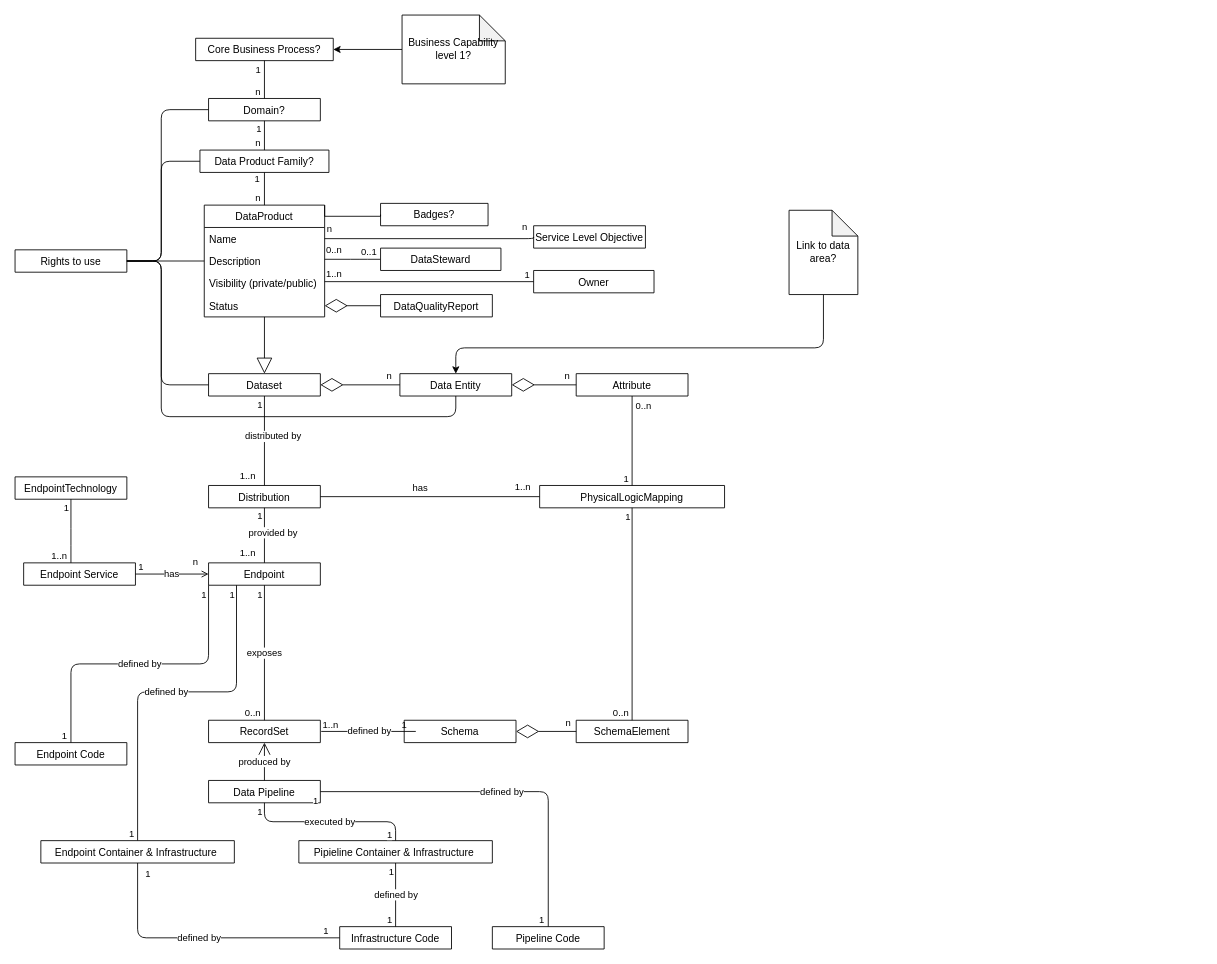
Before: page "Structure" (1 of 4) of docs/dataproduct_metamodel.drawio in equinor/data-engineering, a draw.io diagram. Source tidied: cells renumbered, new cells numbered last; positions are measured from the earlier drawing's top-left corner, leaving out a move shared by most shapes. Both pictures are drawn from the tidied source at 86%, with x=0, y=0 at pixel (15, 15).
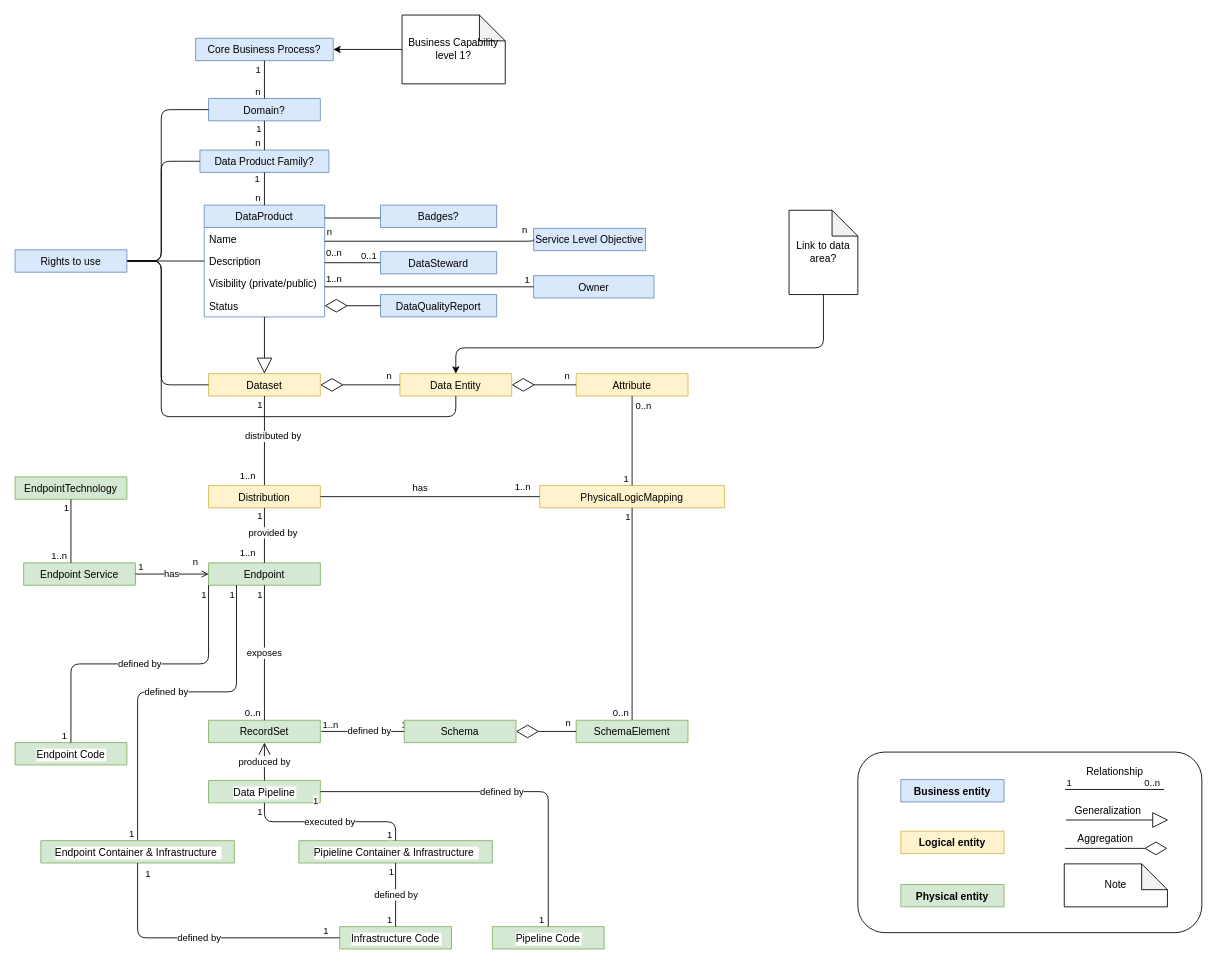
After the change.

Commit message:
Added color coding and legend to metamodel diagram

Change to the diagram source:
```diff
@@
-    <mxCell id="2" value="DataProduct" style="swimlane;fontStyle=0;horizontal=1;startSize=26;fillColor=none;" parent="1" vertex="1">
+    <mxCell id="2" value="DataProduct" style="swimlane;fontStyle=0;horizontal=1;startSize=26;fillColor=#dae8fc;strokeColor=#6c8ebf;" parent="1" vertex="1">
       <mxGeometry x="220" y="221" width="140" height="130" as="geometry" />
     </mxCell>
@@
-    <mxCell id="7" value="Data Pipeline" style="swimlane;fontStyle=0;horizontal=1;startSize=26;labelBackgroundColor=#ffffff;" parent="1" vertex="1" collapsed="1">
+    <mxCell id="7" value="Data Pipeline" style="swimlane;fontStyle=0;horizontal=1;startSize=26;labelBackgroundColor=#ffffff;fillColor=#d5e8d4;strokeColor=#82b366;" parent="1" vertex="1" collapsed="1">
       <mxGeometry x="225" y="890" width="130" height="26" as="geometry" />
     </mxCell>
-    <mxCell id="8" value="Domain?" style="swimlane;fontStyle=0;horizontal=1;startSize=26;" parent="1" vertex="1" collapsed="1">
+    <mxCell id="8" value="Domain?" style="swimlane;fontStyle=0;horizontal=1;startSize=26;fillColor=#dae8fc;strokeColor=#6c8ebf;" parent="1" vertex="1" collapsed="1">
       <mxGeometry x="225" y="97" width="130" height="26" as="geometry" />
     </mxCell>
-    <mxCell id="9" value="Data Product Family?" style="swimlane;fontStyle=0;horizontal=1;startSize=26;" parent="1" vertex="1" collapsed="1">
+    <mxCell id="9" value="Data Product Family?" style="swimlane;fontStyle=0;horizontal=1;startSize=26;fillColor=#dae8fc;strokeColor=#6c8ebf;" parent="1" vertex="1" collapsed="1">
       <mxGeometry x="215" y="157" width="150" height="26" as="geometry" />
     </mxCell>
@@
-    <mxCell id="16" value="Service Level Objective" style="swimlane;fontStyle=0;horizontal=1;startSize=26;fillColor=none;" parent="1" vertex="1" collapsed="1">
-      <mxGeometry x="603" y="245" width="130" height="26" as="geometry" />
+    <mxCell id="16" value="Service Level Objective" style="swimlane;fontStyle=0;horizontal=1;startSize=26;fillColor=#dae8fc;strokeColor=#6c8ebf;" parent="1" vertex="1" collapsed="1">
+      <mxGeometry x="603" y="248" width="130" height="26" as="geometry" />
     </mxCell>
-    <mxCell id="17" value="Endpoint" style="swimlane;fontStyle=0;horizontal=1;startSize=26;fillColor=none;" parent="1" vertex="1" collapsed="1">
+    <mxCell id="17" value="Endpoint" style="swimlane;fontStyle=0;horizontal=1;startSize=26;fillColor=#d5e8d4;strokeColor=#82b366;" parent="1" vertex="1" collapsed="1">
       <mxGeometry x="225" y="637" width="130" height="26" as="geometry" />
     </mxCell>
-    <mxCell id="18" value="Dataset" style="swimlane;fontStyle=0;horizontal=1;startSize=26;fillColor=none;" parent="1" vertex="1" collapsed="1">
+    <mxCell id="18" value="Dataset" style="swimlane;fontStyle=0;horizontal=1;startSize=26;fillColor=#fff2cc;strokeColor=#d6b656;" parent="1" vertex="1" collapsed="1">
       <mxGeometry x="225" y="417" width="130" height="26" as="geometry" />
     </mxCell>
-    <mxCell id="19" value="Data Entity" style="swimlane;fontStyle=0;horizontal=1;startSize=26;" parent="1" vertex="1" collapsed="1">
+    <mxCell id="19" value="Data Entity" style="swimlane;fontStyle=0;horizontal=1;startSize=26;fillColor=#fff2cc;strokeColor=#d6b656;" parent="1" vertex="1" collapsed="1">
       <mxGeometry x="447.5" y="417" width="130" height="26" as="geometry" />
     </mxCell>
-    <mxCell id="20" value="DataQualityReport" style="swimlane;fontStyle=0;horizontal=1;startSize=26;" parent="1" vertex="1" collapsed="1">
-      <mxGeometry x="425" y="325" width="130" height="26" as="geometry" />
+    <mxCell id="20" value="DataQualityReport" style="swimlane;fontStyle=0;horizontal=1;startSize=26;fillColor=#dae8fc;strokeColor=#6c8ebf;" parent="1" vertex="1" collapsed="1">
+      <mxGeometry x="425" y="325" width="135" height="26" as="geometry" />
     </mxCell>
     <mxCell id="21" style="endArrow=none;html=1;edgeStyle=orthogonalEdgeStyle;" parent="1" edge="1">
       <mxGeometry relative="1" as="geometry">
-        <mxPoint x="603" y="258" as="sourcePoint" />
-        <mxPoint x="360" y="260" as="targetPoint" />
+        <mxPoint x="603" y="261" as="sourcePoint" />
+        <mxPoint x="360" y="263" as="targetPoint" />
         <Array as="points">
-          <mxPoint x="603" y="260" />
+          <mxPoint x="603" y="263" />
         </Array>
       </mxGeometry>
     </mxCell>
@@
-    <mxCell id="24" value="Pipeline Code" style="swimlane;fontStyle=0;horizontal=1;startSize=26;labelBackgroundColor=#ffffff;" parent="1" vertex="1" collapsed="1">
+    <mxCell id="24" value="Pipeline Code" style="swimlane;fontStyle=0;horizontal=1;startSize=26;labelBackgroundColor=#ffffff;fillColor=#d5e8d4;strokeColor=#82b366;" parent="1" vertex="1" collapsed="1">
       <mxGeometry x="555" y="1060" width="130" height="26" as="geometry" />
     </mxCell>
-    <mxCell id="25" value="Core Business Process?" style="swimlane;fontStyle=0;horizontal=1;startSize=26;" parent="1" vertex="1" collapsed="1">
+    <mxCell id="25" value="Core Business Process?" style="swimlane;fontStyle=0;horizontal=1;startSize=26;fillColor=#dae8fc;strokeColor=#6c8ebf;" parent="1" vertex="1" collapsed="1">
       <mxGeometry x="210" y="27" width="160" height="26" as="geometry" />
     </mxCell>
@@
-    <mxCell id="29" style="endArrow=none;html=1;edgeStyle=orthogonalEdgeStyle;" parent="1" edge="1" source="2" target="32">
+    <mxCell id="29" style="endArrow=none;html=1;edgeStyle=orthogonalEdgeStyle;" parent="1" edge="1" target="32">
       <mxGeometry relative="1" as="geometry">
+        <mxPoint x="360" y="288" as="sourcePoint" />
         <Array as="points">
-          <mxPoint x="400" y="284" />
-          <mxPoint x="400" y="284" />
+          <mxPoint x="400" y="288" />
+          <mxPoint x="400" y="288" />
         </Array>
       </mxGeometry>
     </mxCell>
@@
-    <mxCell id="32" value="DataSteward" style="swimlane;fontStyle=0;horizontal=1;startSize=26;" parent="1" vertex="1" collapsed="1">
-      <mxGeometry x="425" y="271" width="140" height="26" as="geometry" />
+    <mxCell id="32" value="DataSteward" style="swimlane;fontStyle=0;horizontal=1;startSize=26;fillColor=#dae8fc;strokeColor=#6c8ebf;" parent="1" vertex="1" collapsed="1">
+      <mxGeometry x="425" y="275" width="135" height="26" as="geometry" />
     </mxCell>
-    <mxCell id="33" value="Owner" style="swimlane;fontStyle=0;horizontal=1;startSize=26;" parent="1" vertex="1" collapsed="1">
-      <mxGeometry x="603" y="297" width="140" height="26" as="geometry" />
+    <mxCell id="33" value="Owner" style="swimlane;fontStyle=0;horizontal=1;startSize=26;fillColor=#dae8fc;strokeColor=#6c8ebf;" parent="1" vertex="1" collapsed="1">
+      <mxGeometry x="603" y="303" width="140" height="26" as="geometry" />
     </mxCell>
     <mxCell id="34" style="endArrow=none;html=1;edgeStyle=orthogonalEdgeStyle;" parent="1" edge="1" target="33">
       <mxGeometry relative="1" as="geometry">
-        <mxPoint x="360" y="310" as="sourcePoint" />
+        <mxPoint x="360" y="316" as="sourcePoint" />
         <Array as="points">
-          <mxPoint x="360" y="310" />
+          <mxPoint x="360" y="316" />
         </Array>
       </mxGeometry>
     </mxCell>
@@
-    <mxCell id="40" value="Endpoint Service" style="swimlane;fontStyle=0;horizontal=1;startSize=26;fillColor=none;" parent="1" vertex="1" collapsed="1">
+    <mxCell id="40" value="Endpoint Service" style="swimlane;fontStyle=0;horizontal=1;startSize=26;fillColor=#d5e8d4;strokeColor=#82b366;" parent="1" vertex="1" collapsed="1">
       <mxGeometry x="10" y="637" width="130" height="26" as="geometry" />
     </mxCell>
@@
-    <mxCell id="45" value="RecordSet" style="swimlane;fontStyle=0;horizontal=1;startSize=26;fillColor=none;" parent="1" vertex="1" collapsed="1">
+    <mxCell id="45" value="RecordSet" style="swimlane;fontStyle=0;horizontal=1;startSize=26;fillColor=#d5e8d4;strokeColor=#82b366;" parent="1" vertex="1" collapsed="1">
       <mxGeometry x="225" y="820" width="130" height="26" as="geometry" />
     </mxCell>
@@
-    <mxCell id="53" value="Schema" style="swimlane;fontStyle=0;horizontal=1;startSize=26;fillColor=none;" parent="1" vertex="1" collapsed="1">
+    <mxCell id="53" value="Schema" style="swimlane;fontStyle=0;horizontal=1;startSize=26;fillColor=#d5e8d4;strokeColor=#82b366;" parent="1" vertex="1" collapsed="1">
       <mxGeometry x="452.5" y="820" width="130" height="26" as="geometry" />
     </mxCell>
-    <mxCell id="54" value="Attribute" style="swimlane;fontStyle=0;horizontal=1;startSize=26;" parent="1" vertex="1" collapsed="1">
+    <mxCell id="54" value="Attribute" style="swimlane;fontStyle=0;horizontal=1;startSize=26;fillColor=#fff2cc;strokeColor=#d6b656;" parent="1" vertex="1" collapsed="1">
       <mxGeometry x="652.5" y="417" width="130" height="26" as="geometry" />
     </mxCell>
@@
-    <mxCell id="61" value="Endpoint Code" style="swimlane;fontStyle=0;horizontal=1;startSize=26;labelBackgroundColor=#ffffff;" parent="1" vertex="1" collapsed="1">
+    <mxCell id="61" value="Endpoint Code" style="swimlane;fontStyle=0;horizontal=1;startSize=26;labelBackgroundColor=#ffffff;fillColor=#d5e8d4;strokeColor=#82b366;" parent="1" vertex="1" collapsed="1">
       <mxGeometry y="846" width="130" height="26" as="geometry" />
     </mxCell>
@@
-    <mxCell id="65" value="EndpointTechnology" style="swimlane;fontStyle=0;horizontal=1;startSize=26;fillColor=none;" parent="1" vertex="1" collapsed="1">
+    <mxCell id="65" value="EndpointTechnology" style="swimlane;fontStyle=0;horizontal=1;startSize=26;fillColor=#d5e8d4;strokeColor=#82b366;" parent="1" vertex="1" collapsed="1">
       <mxGeometry y="537" width="130" height="26" as="geometry" />
     </mxCell>
@@
-    <mxCell id="69" value="Pipieline Container &amp; Infrastructure " style="swimlane;fontStyle=0;horizontal=1;startSize=26;labelBackgroundColor=#ffffff;" parent="1" vertex="1" collapsed="1">
+    <mxCell id="69" value="Pipieline Container &amp; Infrastructure " style="swimlane;fontStyle=0;horizontal=1;startSize=26;labelBackgroundColor=#ffffff;fillColor=#d5e8d4;strokeColor=#82b366;" parent="1" vertex="1" collapsed="1">
       <mxGeometry x="330" y="960" width="225" height="26" as="geometry" />
     </mxCell>
@@
-    <mxCell id="73" value="Infrastructure Code" style="swimlane;fontStyle=0;horizontal=1;startSize=26;labelBackgroundColor=#ffffff;" parent="1" vertex="1" collapsed="1">
+    <mxCell id="73" value="Infrastructure Code" style="swimlane;fontStyle=0;horizontal=1;startSize=26;labelBackgroundColor=#ffffff;fillColor=#d5e8d4;strokeColor=#82b366;" parent="1" vertex="1" collapsed="1">
       <mxGeometry x="377.5" y="1060" width="130" height="26" as="geometry" />
     </mxCell>
@@
-    <mxCell id="81" value="Distribution" style="swimlane;fontStyle=0;horizontal=1;startSize=26;fillColor=none;" parent="1" vertex="1" collapsed="1">
+    <mxCell id="81" value="Distribution" style="swimlane;fontStyle=0;horizontal=1;startSize=26;fillColor=#fff2cc;strokeColor=#d6b656;" parent="1" vertex="1" collapsed="1">
       <mxGeometry x="225" y="547" width="130" height="26" as="geometry" />
     </mxCell>
@@
-    <mxCell id="85" value="PhysicalLogicMapping" style="swimlane;fontStyle=0;horizontal=1;startSize=26;fillColor=none;" parent="1" vertex="1" collapsed="1">
+    <mxCell id="85" value="PhysicalLogicMapping" style="swimlane;fontStyle=0;horizontal=1;startSize=26;fillColor=#fff2cc;strokeColor=#d6b656;" parent="1" vertex="1" collapsed="1">
       <mxGeometry x="610" y="547" width="215" height="26" as="geometry" />
     </mxCell>
@@
-    <mxCell id="89" value="SchemaElement" style="swimlane;fontStyle=0;horizontal=1;startSize=26;fillColor=none;" parent="1" vertex="1" collapsed="1">
+    <mxCell id="89" value="SchemaElement" style="swimlane;fontStyle=0;horizontal=1;startSize=26;fillColor=#d5e8d4;strokeColor=#82b366;" parent="1" vertex="1" collapsed="1">
       <mxGeometry x="652.5" y="820" width="130" height="26" as="geometry" />
     </mxCell>
@@
-    <mxCell id="96" value="Endpoint Container &amp; Infrastructure " style="swimlane;fontStyle=0;horizontal=1;startSize=26;labelBackgroundColor=#ffffff;" parent="1" vertex="1" collapsed="1">
+    <mxCell id="96" value="Endpoint Container &amp; Infrastructure " style="swimlane;fontStyle=0;horizontal=1;startSize=26;labelBackgroundColor=#ffffff;fillColor=#d5e8d4;strokeColor=#82b366;" parent="1" vertex="1" collapsed="1">
       <mxGeometry x="30" y="960" width="225" height="26" as="geometry" />
     </mxCell>
@@
-    <mxCell id="105" style="edgeStyle=orthogonalEdgeStyle;rounded=0;jettySize=auto;html=1;entryX=1;entryY=0;entryDx=0;entryDy=0;endArrow=none;endFill=0;exitX=0;exitY=0.5;exitDx=0;exitDy=0;" parent="1" edge="1" source="112" target="2">
+    <mxCell id="105" style="edgeStyle=orthogonalEdgeStyle;rounded=0;jettySize=auto;html=1;endArrow=none;endFill=0;exitX=0;exitY=0.5;exitDx=0;exitDy=0;" parent="1" edge="1" source="112">
       <mxGeometry relative="1" as="geometry">
+        <mxPoint x="360" y="236" as="targetPoint" />
         <Array as="points">
-          <mxPoint x="425" y="234" />
-          <mxPoint x="360" y="234" />
+          <mxPoint x="425" y="236" />
+          <mxPoint x="360" y="236" />
         </Array>
       </mxGeometry>
     </mxCell>
@@
-    <mxCell id="111" value="Rights to use" style="swimlane;fontStyle=0;horizontal=1;startSize=26;fillColor=none;" parent="1" vertex="1" collapsed="1">
+    <mxCell id="111" value="Rights to use" style="swimlane;fontStyle=0;horizontal=1;startSize=26;fillColor=#dae8fc;strokeColor=#6c8ebf;" parent="1" vertex="1" collapsed="1">
       <mxGeometry y="273" width="130" height="26" as="geometry" />
     </mxCell>
-    <mxCell id="112" value="Badges?" style="swimlane;fontStyle=0;horizontal=1;startSize=26;fillColor=none;" parent="1" vertex="1" collapsed="1">
-      <mxGeometry x="425" y="219" width="125" height="26" as="geometry" />
+    <mxCell id="112" value="Badges?" style="swimlane;fontStyle=0;horizontal=1;startSize=26;fillColor=#dae8fc;strokeColor=#6c8ebf;" parent="1" vertex="1" collapsed="1">
+      <mxGeometry x="425" y="221" width="135" height="26" as="geometry" />
     </mxCell>
+    <mxCell id="113" style="rounded=1;whiteSpace=wrap;html=1;" parent="1" vertex="1">
+      <mxGeometry x="980" y="857" width="400" height="210" as="geometry" />
+    </mxCell>
+    <mxCell id="114" value="Note" style="shape=note;whiteSpace=wrap;html=1;backgroundOutline=1;darkOpacity=0.05;" parent="1" vertex="1">
+      <mxGeometry x="1220" y="987" width="120" height="50" as="geometry" />
+    </mxCell>
+    <mxCell id="115" value="Business entity" style="swimlane;fontStyle=1;align=center;verticalAlign=top;horizontal=1;startSize=26;fillColor=#dae8fc;strokeColor=#6c8ebf;" parent="1" vertex="1" collapsed="1">
+      <mxGeometry x="1030" y="889" width="120" height="26" as="geometry" />
+    </mxCell>
+    <mxCell id="116" value="Logical entity" style="swimlane;fontStyle=1;align=center;verticalAlign=top;horizontal=1;startSize=26;fillColor=#fff2cc;strokeColor=#d6b656;" parent="1" vertex="1" collapsed="1">
+      <mxGeometry x="1030" y="949" width="120" height="26" as="geometry" />
+    </mxCell>
+    <mxCell id="117" value="Physical entity" style="swimlane;fontStyle=1;align=center;verticalAlign=top;horizontal=1;startSize=26;fillColor=#d5e8d4;strokeColor=#82b366;" parent="1" vertex="1" collapsed="1">
+      <mxGeometry x="1030" y="1011" width="120" height="26" as="geometry" />
+    </mxCell>
+    <mxCell id="118" style="group;" parent="1" vertex="1">
+      <mxGeometry x="1221" y="916" width="120" height="20" as="geometry" />
+    </mxCell>
+    <mxCell id="119" style="endArrow=block;endSize=16;endFill=0;html=1;" parent="118" edge="1">
+      <mxGeometry relative="1" as="geometry">
+        <mxPoint x="1" y="20" as="sourcePoint" />
+        <mxPoint x="120" y="20" as="targetPoint" />
+      </mxGeometry>
+    </mxCell>
+    <mxCell id="120" value="Generalization" style="text;html=1;strokeColor=none;fillColor=none;align=center;verticalAlign=middle;whiteSpace=wrap;rounded=0;" parent="118" vertex="1">
+      <mxGeometry width="100" height="20" as="geometry" />
+    </mxCell>
+    <mxCell id="121" style="group;" parent="1" vertex="1">
+      <mxGeometry x="1221" y="870" width="115" height="30.5" as="geometry" />
+    </mxCell>
+    <mxCell id="122" style="endArrow=none;html=1;edgeStyle=orthogonalEdgeStyle;endFill=0;exitX=0.5;exitY=1;exitDx=0;exitDy=0;" parent="121" edge="1">
+      <mxGeometry relative="1" as="geometry">
+        <mxPoint y="30.5" as="sourcePoint" />
+        <mxPoint x="115" y="30.5" as="targetPoint" />
+      </mxGeometry>
+    </mxCell>
+    <mxCell id="123" value="1" style="edgeLabel;html=1;align=left;verticalAlign=bottom;" parent="122" vertex="1">
+      <mxGeometry x="-1" relative="1" as="geometry" />
+    </mxCell>
+    <mxCell id="124" value="0..n" style="edgeLabel;html=1;align=right;verticalAlign=bottom;" parent="122" vertex="1">
+      <mxGeometry x="1" relative="1" as="geometry">
+        <mxPoint x="-4" as="offset" />
+      </mxGeometry>
+    </mxCell>
+    <mxCell id="125" value="Relationship" style="text;html=1;strokeColor=none;fillColor=none;align=center;verticalAlign=middle;whiteSpace=wrap;rounded=0;" parent="121" vertex="1">
+      <mxGeometry x="17.5" width="80" height="20" as="geometry" />
+    </mxCell>
+    <mxCell id="126" style="group;" parent="1" vertex="1">
+      <mxGeometry x="1221" y="949" width="119" height="20" as="geometry" />
+    </mxCell>
+    <mxCell id="127" style="endArrow=diamondThin;endFill=0;endSize=24;html=1;" parent="126" edge="1">
+      <mxGeometry relative="1" as="geometry">
+        <mxPoint y="20" as="sourcePoint" />
+        <mxPoint x="119" y="20" as="targetPoint" />
+      </mxGeometry>
+    </mxCell>
+    <mxCell id="128" value="Aggregation" style="text;html=1;strokeColor=none;fillColor=none;align=center;verticalAlign=middle;whiteSpace=wrap;rounded=0;" parent="126" vertex="1">
+      <mxGeometry x="1.5" y="-1" width="90" height="20" as="geometry" />
+    </mxCell>
```
